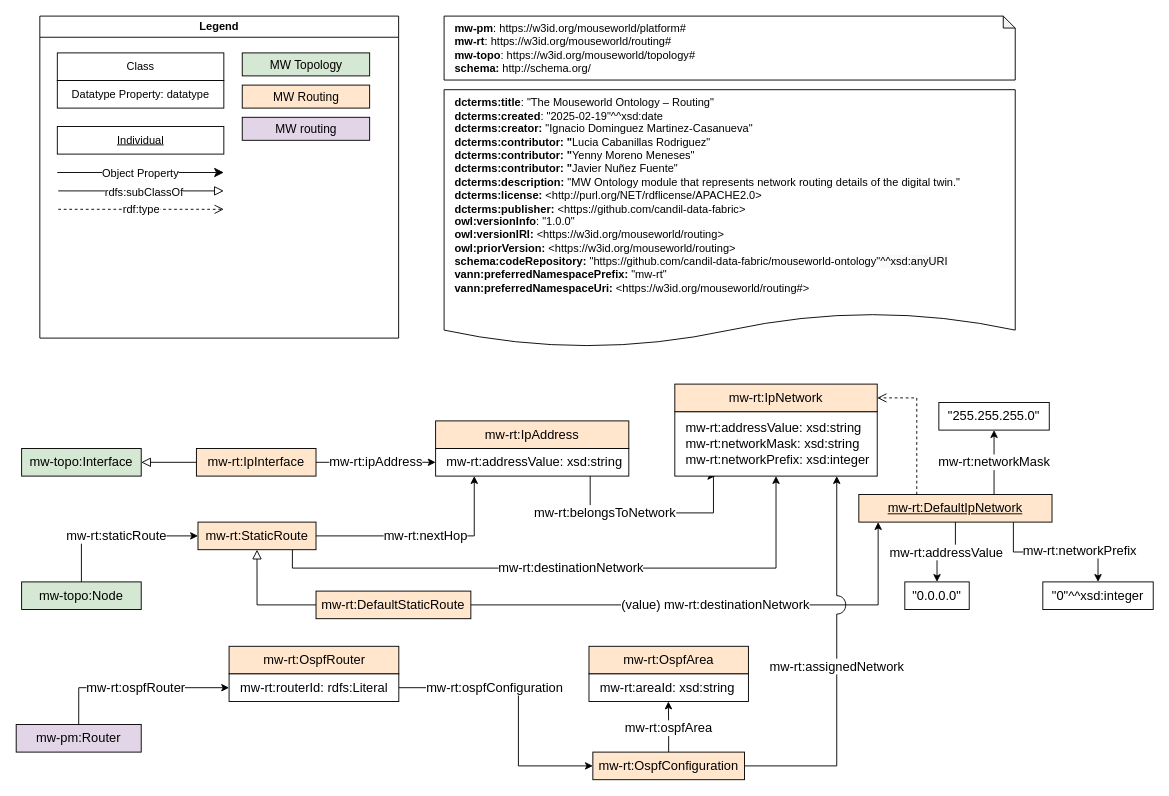
This is diagrams/routing/routing.drawio from Mouseworld-Lab/mouseworld-ontology, a draw.io file, before an edit. Source tidied: cells renumbered, new cells numbered last; positions are measured from the earlier drawing's top-left corner, leaving out a move shared by most shapes. Both pictures are drawn from the tidied source at 92%, with x=0, y=0 at pixel (16, 16).
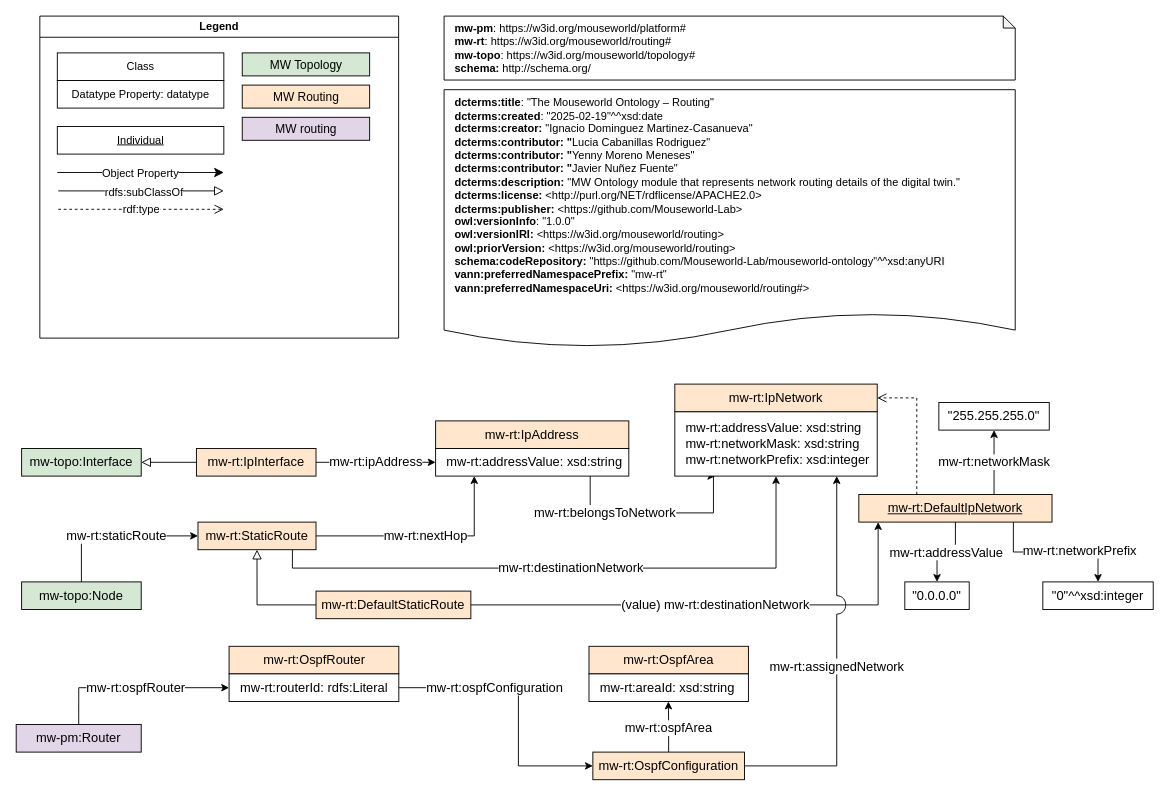
The same diagram, later.

The edit, as a diff of the source:
```diff
@@
-    <mxCell id="38" value="&lt;div&gt;&lt;b&gt;dcterms:title&lt;/b&gt;: &lt;span style=&quot;background-color: light-dark(rgb(255, 255, 255), rgb(18, 18, 18)); color: light-dark(rgb(0, 0, 0), rgb(237, 237, 237));&quot;&gt;&quot;The Mouseworld Ontology – Routing&lt;/span&gt;&lt;span style=&quot;background-color: light-dark(rgb(255, 255, 255), rgb(18, 18, 18)); color: light-dark(rgb(0, 0, 0), rgb(237, 237, 237));&quot;&gt;&quot;&lt;/span&gt;&lt;/div&gt;&lt;div&gt;&lt;b&gt;dcterms:created&lt;/b&gt;: &quot;2025-02-19&quot;^^xsd:date&lt;/div&gt;&lt;div&gt;&lt;b style=&quot;background-color: light-dark(rgb(255, 255, 255), rgb(18, 18, 18)); color: light-dark(rgb(0, 0, 0), rgb(237, 237, 237));&quot;&gt;dcterms:creator:&lt;/b&gt;&lt;span style=&quot;background-color: light-dark(rgb(255, 255, 255), rgb(18, 18, 18)); color: light-dark(rgb(0, 0, 0), rgb(237, 237, 237));&quot;&gt;&amp;nbsp;&quot;Ignacio Dominguez Martinez-Casanueva&quot;&lt;/span&gt;&lt;/div&gt;&lt;div&gt;&lt;div&gt;&lt;b&gt;dcterms:contributor: &quot;&lt;/b&gt;Lucia Cabanillas Rodriguez&quot;&lt;/div&gt;&lt;div&gt;&lt;b&gt;dcterms:contributor: &quot;&lt;/b&gt;Yenny Moreno Meneses&quot;&lt;/div&gt;&lt;div&gt;&lt;b&gt;dcterms:contributor: &quot;&lt;/b&gt;Javier Nuñez Fuente&quot;&lt;/div&gt;&lt;/div&gt;&lt;div&gt;&lt;b style=&quot;background-color: light-dark(rgb(255, 255, 255), rgb(18, 18, 18)); color: light-dark(rgb(0, 0, 0), rgb(237, 237, 237));&quot;&gt;dcterms:description:&amp;nbsp;&lt;/b&gt;&lt;span style=&quot;background-color: light-dark(rgb(255, 255, 255), rgb(18, 18, 18)); color: light-dark(rgb(0, 0, 0), rgb(237, 237, 237));&quot;&gt;&quot;MW Ontology module that represents network routing details of the digital twin.&quot;&lt;/span&gt;&lt;/div&gt;&lt;div&gt;&lt;div&gt;&lt;b&gt;dcterms:license:&amp;nbsp;&lt;/b&gt;&lt;span style=&quot;background-color: light-dark(rgb(255, 255, 255), rgb(18, 18, 18));&quot;&gt;&amp;lt;http://purl.org/NET/rdflicense/APACHE2.0&amp;gt;&lt;/span&gt;&lt;/div&gt;&lt;div&gt;&lt;span style=&quot;background-color: light-dark(rgb(255, 255, 255), rgb(18, 18, 18));&quot;&gt;&lt;b&gt;dcterms:publisher: &lt;/b&gt;&amp;lt;&lt;/span&gt;&lt;span style=&quot;background-color: light-dark(rgb(255, 255, 255), rgb(18, 18, 18));&quot;&gt;https://github.com/candil-data-fabric&amp;gt;&lt;/span&gt;&lt;/div&gt;&lt;div&gt;&lt;b&gt;owl:versionInfo&lt;/b&gt;: &quot;1.0.0&quot;&lt;br&gt;&lt;/div&gt;&lt;div&gt;&lt;b&gt;owl:versionIRI:&amp;nbsp;&lt;/b&gt;&amp;lt;https://w3id.org/mouseworld/routing&lt;span style=&quot;background-color: light-dark(rgb(255, 255, 255), rgb(18, 18, 18));&quot;&gt;&amp;gt;&lt;/span&gt;&lt;/div&gt;&lt;div&gt;&lt;b style=&quot;caret-color: rgb(0, 0, 0);&quot;&gt;owl:priorVersion:&lt;/b&gt;&lt;span style=&quot;caret-color: rgb(0, 0, 0);&quot;&gt;&amp;nbsp;&amp;lt;https://w3id.org/mouseworld/routing&amp;gt;&lt;/span&gt;&lt;span style=&quot;background-color: light-dark(rgb(255, 255, 255), rgb(18, 18, 18));&quot;&gt;&lt;br&gt;&lt;/span&gt;&lt;/div&gt;&lt;div&gt;&lt;span style=&quot;caret-color: rgb(0, 0, 0);&quot;&gt;&lt;div style=&quot;&quot;&gt;&lt;b style=&quot;background-color: light-dark(rgb(255, 255, 255), rgb(18, 18, 18)); color: light-dark(rgb(0, 0, 0), rgb(237, 237, 237));&quot;&gt;schema:codeRepository: &lt;/b&gt;&lt;span style=&quot;background-color: light-dark(rgb(255, 255, 255), rgb(18, 18, 18)); color: light-dark(rgb(0, 0, 0), rgb(237, 237, 237));&quot;&gt;&quot;https://github.com/candil-data-fabric/mouseworld-ontology&quot;&lt;/span&gt;&lt;span style=&quot;color: light-dark(rgb(0, 0, 0), rgb(237, 237, 237)); background-color: rgb(249, 249, 249); text-align: justify;&quot;&gt;^^xsd:anyURI&lt;/span&gt;&lt;/div&gt;&lt;/span&gt;&lt;/div&gt;&lt;div&gt;&lt;div style=&quot;caret-color: rgb(0, 0, 0);&quot;&gt;&lt;b&gt;vann:preferredNamespacePrefix:&lt;/b&gt;&amp;nbsp;&quot;mw-rt&quot;&lt;/div&gt;&lt;div style=&quot;caret-color: rgb(0, 0, 0);&quot;&gt;&lt;b&gt;vann:preferredNamespaceUri:&lt;/b&gt;&amp;nbsp;&amp;lt;https://w3id.org/mouseworld/routing#&amp;gt;&lt;/div&gt;&lt;div style=&quot;caret-color: rgb(0, 0, 0);&quot;&gt;&lt;br&gt;&lt;/div&gt;&lt;/div&gt;&lt;/div&gt;" style="shape=document;whiteSpace=wrap;html=1;boundedLbl=1;labelBackgroundColor=#ffffff;strokeColor=#000000;fontSize=12;fontColor=#000000;size=0.13333333333333333;align=left;spacingLeft=10;fontFamily=Helvetica;" parent="1" vertex="1">
+    <mxCell id="38" value="&lt;div&gt;&lt;b&gt;dcterms:title&lt;/b&gt;: &lt;span style=&quot;background-color: light-dark(rgb(255, 255, 255), rgb(18, 18, 18)); color: light-dark(rgb(0, 0, 0), rgb(237, 237, 237));&quot;&gt;&quot;The Mouseworld Ontology – Routing&lt;/span&gt;&lt;span style=&quot;background-color: light-dark(rgb(255, 255, 255), rgb(18, 18, 18)); color: light-dark(rgb(0, 0, 0), rgb(237, 237, 237));&quot;&gt;&quot;&lt;/span&gt;&lt;/div&gt;&lt;div&gt;&lt;b&gt;dcterms:created&lt;/b&gt;: &quot;2025-02-19&quot;^^xsd:date&lt;/div&gt;&lt;div&gt;&lt;b style=&quot;background-color: light-dark(rgb(255, 255, 255), rgb(18, 18, 18)); color: light-dark(rgb(0, 0, 0), rgb(237, 237, 237));&quot;&gt;dcterms:creator:&lt;/b&gt;&lt;span style=&quot;background-color: light-dark(rgb(255, 255, 255), rgb(18, 18, 18)); color: light-dark(rgb(0, 0, 0), rgb(237, 237, 237));&quot;&gt;&amp;nbsp;&quot;Ignacio Dominguez Martinez-Casanueva&quot;&lt;/span&gt;&lt;/div&gt;&lt;div&gt;&lt;div&gt;&lt;b&gt;dcterms:contributor: &quot;&lt;/b&gt;Lucia Cabanillas Rodriguez&quot;&lt;/div&gt;&lt;div&gt;&lt;b&gt;dcterms:contributor: &quot;&lt;/b&gt;Yenny Moreno Meneses&quot;&lt;/div&gt;&lt;div&gt;&lt;b&gt;dcterms:contributor: &quot;&lt;/b&gt;Javier Nuñez Fuente&quot;&lt;/div&gt;&lt;/div&gt;&lt;div&gt;&lt;b style=&quot;background-color: light-dark(rgb(255, 255, 255), rgb(18, 18, 18)); color: light-dark(rgb(0, 0, 0), rgb(237, 237, 237));&quot;&gt;dcterms:description:&amp;nbsp;&lt;/b&gt;&lt;span style=&quot;background-color: light-dark(rgb(255, 255, 255), rgb(18, 18, 18)); color: light-dark(rgb(0, 0, 0), rgb(237, 237, 237));&quot;&gt;&quot;MW Ontology module that represents network routing details of the digital twin.&quot;&lt;/span&gt;&lt;/div&gt;&lt;div&gt;&lt;div&gt;&lt;b&gt;dcterms:license:&amp;nbsp;&lt;/b&gt;&lt;span style=&quot;background-color: light-dark(rgb(255, 255, 255), rgb(18, 18, 18));&quot;&gt;&amp;lt;http://purl.org/NET/rdflicense/APACHE2.0&amp;gt;&lt;/span&gt;&lt;/div&gt;&lt;div&gt;&lt;span style=&quot;background-color: light-dark(rgb(255, 255, 255), rgb(18, 18, 18));&quot;&gt;&lt;b&gt;dcterms:publisher: &lt;/b&gt;&amp;lt;&lt;/span&gt;&lt;span style=&quot;background-color: light-dark(rgb(255, 255, 255), rgb(18, 18, 18));&quot;&gt;https://github.com/Mouseworld-Lab&amp;gt;&lt;/span&gt;&lt;/div&gt;&lt;div&gt;&lt;b&gt;owl:versionInfo&lt;/b&gt;: &quot;1.0.0&quot;&lt;br&gt;&lt;/div&gt;&lt;div&gt;&lt;b&gt;owl:versionIRI:&amp;nbsp;&lt;/b&gt;&amp;lt;https://w3id.org/mouseworld/routing&lt;span style=&quot;background-color: light-dark(rgb(255, 255, 255), rgb(18, 18, 18));&quot;&gt;&amp;gt;&lt;/span&gt;&lt;/div&gt;&lt;div&gt;&lt;b style=&quot;caret-color: rgb(0, 0, 0);&quot;&gt;owl:priorVersion:&lt;/b&gt;&lt;span style=&quot;caret-color: rgb(0, 0, 0);&quot;&gt;&amp;nbsp;&amp;lt;https://w3id.org/mouseworld/routing&amp;gt;&lt;/span&gt;&lt;span style=&quot;background-color: light-dark(rgb(255, 255, 255), rgb(18, 18, 18));&quot;&gt;&lt;br&gt;&lt;/span&gt;&lt;/div&gt;&lt;div&gt;&lt;span style=&quot;caret-color: rgb(0, 0, 0);&quot;&gt;&lt;div style=&quot;&quot;&gt;&lt;b style=&quot;background-color: light-dark(rgb(255, 255, 255), rgb(18, 18, 18)); color: light-dark(rgb(0, 0, 0), rgb(237, 237, 237));&quot;&gt;schema:codeRepository: &lt;/b&gt;&lt;span style=&quot;background-color: light-dark(rgb(255, 255, 255), rgb(18, 18, 18)); color: light-dark(rgb(0, 0, 0), rgb(237, 237, 237));&quot;&gt;&quot;https://github.com/Mouseworld-Lab/mouseworld-ontology&quot;&lt;/span&gt;&lt;span style=&quot;color: light-dark(rgb(0, 0, 0), rgb(237, 237, 237)); background-color: rgb(249, 249, 249); text-align: justify;&quot;&gt;^^xsd:anyURI&lt;/span&gt;&lt;/div&gt;&lt;/span&gt;&lt;/div&gt;&lt;div&gt;&lt;div style=&quot;caret-color: rgb(0, 0, 0);&quot;&gt;&lt;b&gt;vann:preferredNamespacePrefix:&lt;/b&gt;&amp;nbsp;&quot;mw-rt&quot;&lt;/div&gt;&lt;div style=&quot;caret-color: rgb(0, 0, 0);&quot;&gt;&lt;b&gt;vann:preferredNamespaceUri:&lt;/b&gt;&amp;nbsp;&amp;lt;https://w3id.org/mouseworld/routing#&amp;gt;&lt;/div&gt;&lt;div style=&quot;caret-color: rgb(0, 0, 0);&quot;&gt;&lt;br&gt;&lt;/div&gt;&lt;/div&gt;&lt;/div&gt;" style="shape=document;whiteSpace=wrap;html=1;boundedLbl=1;labelBackgroundColor=#ffffff;strokeColor=#000000;fontSize=12;fontColor=#000000;size=0.13333333333333333;align=left;spacingLeft=10;fontFamily=Helvetica;" parent="1" vertex="1">
       <mxGeometry x="465.2" y="80" width="620.8" height="280" as="geometry" />
     </mxCell>
```
